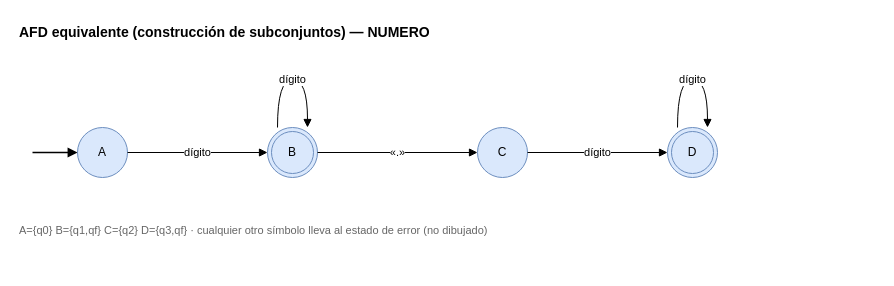
straytg/S14_ACT_COMPILADORES keeps this draw.io diagram as docs/diagramas/afd_numero.drawio. Above is the earlier version. Source tidied: cells renumbered, new cells numbered last; positions are measured from the earlier drawing's top-left corner, leaving out a move shared by most shapes. Both pictures are drawn from the tidied source at 100%, with x=0, y=0 at pixel (17, 17).
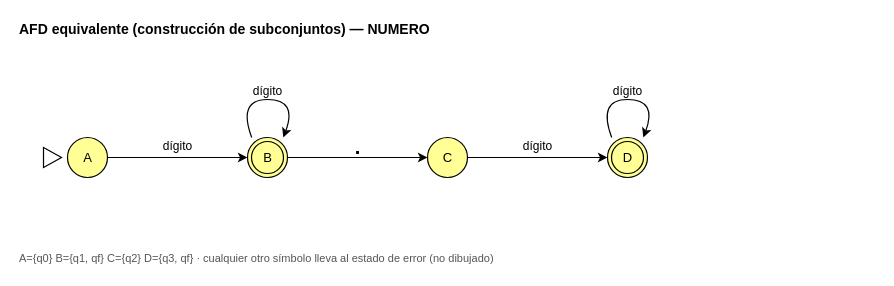
After the change.

The edit, as a diff of the source:
```diff
@@
 <mxGraphModel>
   <root>
     <mxCell id="0" />
     <mxCell id="1" parent="0" />
-    <mxCell id="2" value="AFD equivalente (construcción de subconjuntos) — NUMERO" style="whiteSpace=wrap;html=1;fontFamily=Helvetica;fontSize=12;text;strokeColor=none;fillColor=none;align=left;verticalAlign=top;fontStyle=1;fontSize=14;" parent="1" vertex="1">
+    <mxCell id="2" value="AFD equivalente (construcción de subconjuntos)  —  NUMERO" style="text;html=1;strokeColor=none;fillColor=none;align=left;verticalAlign=middle;whiteSpace=wrap;fontFamily=Helvetica;fontSize=14;fontColor=#000000;fontStyle=1;" parent="1" vertex="1">
       <mxGeometry width="700" height="24" as="geometry" />
     </mxCell>
-    <mxCell id="3" value="A" style="whiteSpace=wrap;html=1;fontFamily=Helvetica;fontSize=12;ellipse;fillColor=#dae8fc;strokeColor=#6c8ebf;fontSize=12;" parent="1" vertex="1">
-      <mxGeometry x="60" y="110" width="50" height="50" as="geometry" />
+    <mxCell id="3" value="A" style="ellipse;html=1;fillColor=#FFFF96;strokeColor=#000000;strokeWidth=1.2;fontFamily=Helvetica;fontSize=13;fontColor=#000000;" parent="1" vertex="1">
+      <mxGeometry x="50" y="120" width="40" height="40" as="geometry" />
     </mxCell>
-    <mxCell id="4" style="html=1;fontFamily=Helvetica;fontSize=11;endArrow=block;endFill=1;strokeWidth=1.5;" parent="1" edge="1" target="3">
-      <mxGeometry relative="1" as="geometry">
-        <mxPoint x="15" y="135" as="sourcePoint" />
-      </mxGeometry>
+    <mxCell id="4" style="triangle;html=1;fillColor=#FFFFFF;strokeColor=#000000;strokeWidth=1.2;" parent="1" vertex="1">
+      <mxGeometry x="26" y="130" width="18" height="20" as="geometry" />
     </mxCell>
-    <mxCell id="5" value="B" style="whiteSpace=wrap;html=1;fontFamily=Helvetica;fontSize=12;shape=doubleEllipse;fillColor=#dae8fc;strokeColor=#6c8ebf;fontSize=12;" parent="1" vertex="1">
-      <mxGeometry x="250" y="110" width="50" height="50" as="geometry" />
+    <mxCell id="5" value="B" style="shape=doubleEllipse;html=1;fillColor=#FFFF96;strokeColor=#000000;strokeWidth=1.2;fontFamily=Helvetica;fontSize=13;fontColor=#000000;margin=4;" parent="1" vertex="1">
+      <mxGeometry x="230" y="120" width="40" height="40" as="geometry" />
     </mxCell>
-    <mxCell id="6" value="C" style="whiteSpace=wrap;html=1;fontFamily=Helvetica;fontSize=12;ellipse;fillColor=#dae8fc;strokeColor=#6c8ebf;fontSize=12;" parent="1" vertex="1">
-      <mxGeometry x="460" y="110" width="50" height="50" as="geometry" />
+    <mxCell id="6" value="C" style="ellipse;html=1;fillColor=#FFFF96;strokeColor=#000000;strokeWidth=1.2;fontFamily=Helvetica;fontSize=13;fontColor=#000000;" parent="1" vertex="1">
+      <mxGeometry x="410" y="120" width="40" height="40" as="geometry" />
     </mxCell>
-    <mxCell id="7" value="D" style="whiteSpace=wrap;html=1;fontFamily=Helvetica;fontSize=12;shape=doubleEllipse;fillColor=#dae8fc;strokeColor=#6c8ebf;fontSize=12;" parent="1" vertex="1">
-      <mxGeometry x="650" y="110" width="50" height="50" as="geometry" />
+    <mxCell id="7" value="D" style="shape=doubleEllipse;html=1;fillColor=#FFFF96;strokeColor=#000000;strokeWidth=1.2;fontFamily=Helvetica;fontSize=13;fontColor=#000000;margin=4;" parent="1" vertex="1">
+      <mxGeometry x="590" y="120" width="40" height="40" as="geometry" />
     </mxCell>
-    <mxCell id="8" value="dígito" style="html=1;fontFamily=Helvetica;fontSize=11;endArrow=block;endFill=1;" parent="1" edge="1" source="3" target="5">
-      <mxGeometry relative="1" as="geometry" />
+    <mxCell id="8" value="dígito" style="html=1;endArrow=classic;endFill=1;strokeColor=#000000;strokeWidth=1.2;fontFamily=Helvetica;fontSize=12;labelBackgroundColor=none;" parent="1" edge="1" source="3" target="5">
+      <mxGeometry relative="1" as="geometry">
+        <mxPoint y="-11" as="offset" />
+      </mxGeometry>
     </mxCell>
-    <mxCell id="9" value="dígito" style="html=1;fontFamily=Helvetica;fontSize=11;endArrow=block;endFill=1;edgeStyle=orthogonalEdgeStyle;curved=1;exitX=0.2;exitY=0;entryX=0.8;entryY=0;" parent="1" edge="1" source="5" target="5">
+    <mxCell id="9" value="dígito" style="html=1;endArrow=classic;endFill=1;strokeColor=#000000;strokeWidth=1.2;fontFamily=Helvetica;fontSize=12;labelBackgroundColor=none;curved=1;exitX=0.2;exitY=0.12;entryX=0.8;entryY=0.12;" parent="1" edge="1" source="5" target="5">
       <mxGeometry relative="1" as="geometry">
         <Array as="points">
-          <mxPoint x="260" y="62" />
-          <mxPoint x="290" y="62" />
+          <mxPoint x="220" y="82" />
+          <mxPoint x="280" y="82" />
         </Array>
+        <mxPoint y="-8" as="offset" />
       </mxGeometry>
     </mxCell>
-    <mxCell id="10" value="«.»" style="html=1;fontFamily=Helvetica;fontSize=11;endArrow=block;endFill=1;" parent="1" edge="1" source="5" target="6">
-      <mxGeometry relative="1" as="geometry" />
+    <mxCell id="10" value="." style="html=1;endArrow=classic;endFill=1;strokeColor=#000000;strokeWidth=1.2;fontFamily=Helvetica;fontSize=12;labelBackgroundColor=none;fontStyle=1;fontSize=20;" parent="1" edge="1" source="5" target="6">
+      <mxGeometry relative="1" as="geometry">
+        <mxPoint y="-11" as="offset" />
+      </mxGeometry>
     </mxCell>
-    <mxCell id="11" value="dígito" style="html=1;fontFamily=Helvetica;fontSize=11;endArrow=block;endFill=1;" parent="1" edge="1" source="6" target="7">
-      <mxGeometry relative="1" as="geometry" />
+    <mxCell id="11" value="dígito" style="html=1;endArrow=classic;endFill=1;strokeColor=#000000;strokeWidth=1.2;fontFamily=Helvetica;fontSize=12;labelBackgroundColor=none;" parent="1" edge="1" source="6" target="7">
+      <mxGeometry relative="1" as="geometry">
+        <mxPoint y="-11" as="offset" />
+      </mxGeometry>
     </mxCell>
-    <mxCell id="12" value="dígito" style="html=1;fontFamily=Helvetica;fontSize=11;endArrow=block;endFill=1;edgeStyle=orthogonalEdgeStyle;curved=1;exitX=0.2;exitY=0;entryX=0.8;entryY=0;" parent="1" edge="1" source="7" target="7">
+    <mxCell id="12" value="dígito" style="html=1;endArrow=classic;endFill=1;strokeColor=#000000;strokeWidth=1.2;fontFamily=Helvetica;fontSize=12;labelBackgroundColor=none;curved=1;exitX=0.2;exitY=0.12;entryX=0.8;entryY=0.12;" parent="1" edge="1" source="7" target="7">
       <mxGeometry relative="1" as="geometry">
         <Array as="points">
-          <mxPoint x="660" y="62" />
-          <mxPoint x="690" y="62" />
+          <mxPoint x="580" y="82" />
+          <mxPoint x="640" y="82" />
         </Array>
+        <mxPoint y="-8" as="offset" />
       </mxGeometry>
     </mxCell>
-    <mxCell id="13" value="A={q0}   B={q1,qf}   C={q2}   D={q3,qf}   ·   cualquier otro símbolo lleva al estado de error (no dibujado)" style="whiteSpace=wrap;html=1;fontFamily=Helvetica;fontSize=12;text;strokeColor=none;fillColor=none;align=left;verticalAlign=top;fontSize=11;fontColor=#666666;" parent="1" vertex="1">
-      <mxGeometry y="200" width="860" height="24" as="geometry" />
+    <mxCell id="13" value="A={q0}   B={q1, qf}   C={q2}   D={q3, qf}   ·   cualquier otro símbolo lleva al estado de error (no dibujado)" style="text;html=1;strokeColor=none;fillColor=none;align=left;verticalAlign=middle;whiteSpace=wrap;fontFamily=Helvetica;fontSize=11;fontColor=#555555;" parent="1" vertex="1">
+      <mxGeometry y="230" width="760" height="22" as="geometry" />
     </mxCell>
   </root>
 </mxGraphModel>
```
